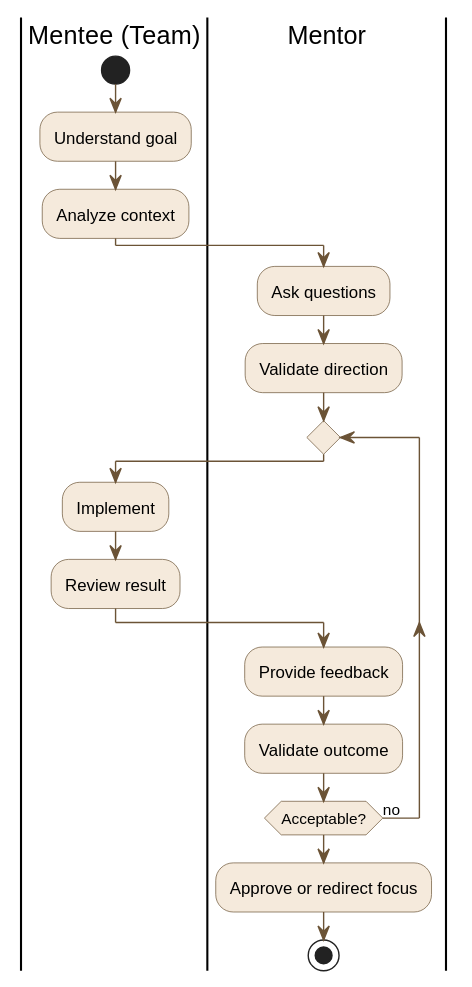
Earlier version of the PlantUML export images/engineering-guidance-activity.svg (rafageist/rafageist.com).
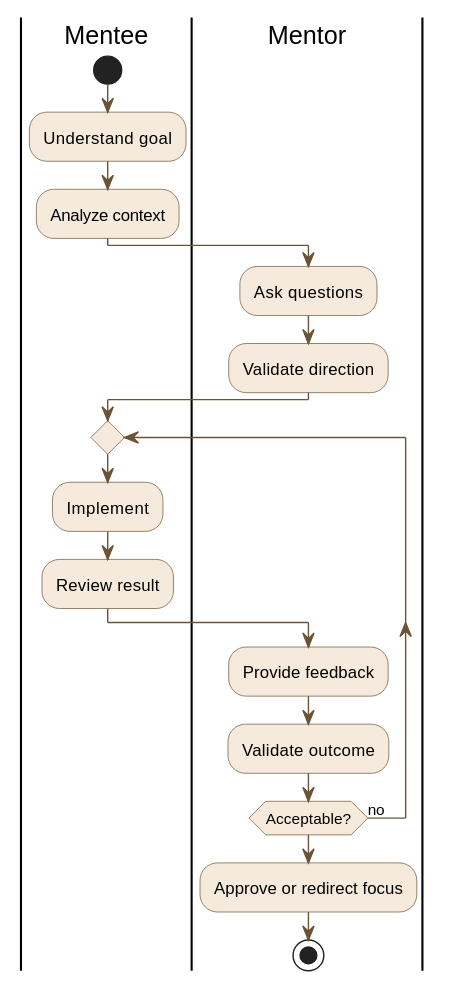
Later version of the same file.

Commit message:
Refactor engineering guidance activity diagram and update related content

What changed in the source:
```diff
@@ -6,7 +6,7 @@
 skinparam DiamondBorderColor #6b5336
 skinparam DiamondBackgroundColor #efe4d6
 
-|Mentee (Team)|
+|Mentee|
 start
 :Understand goal;
 :Analyze context;
@@ -14,7 +14,7 @@
 :Ask questions;
 :Validate direction;
 repeat
-|Mentee (Team)|
+|Mentee|
 :Implement;
 :Review result;
 |Mentor|
```
